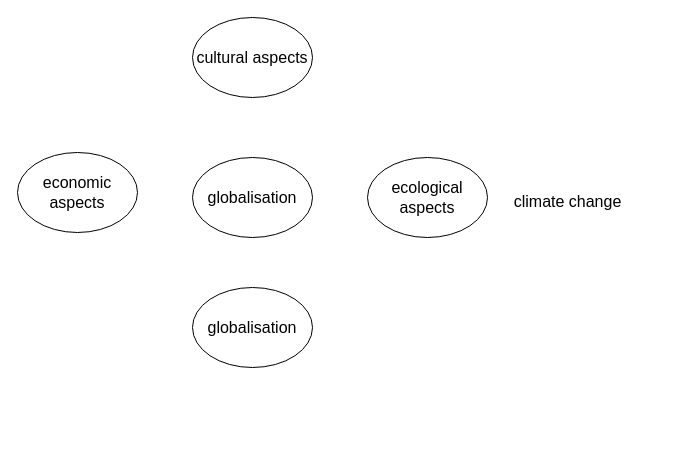
The draw.io diagram _Sonstige_/Diagramme/XML/Mind map Globalisation.drawio in Maxbleibtgeheim/WBS-Norderstedt, before the edit. Source tidied: cells renumbered, new cells numbered last; positions are measured from the earlier drawing's top-left corner, leaving out a move shared by most shapes. Both pictures are drawn from the tidied source at 100%, with x=0, y=0 at pixel (17, 17).
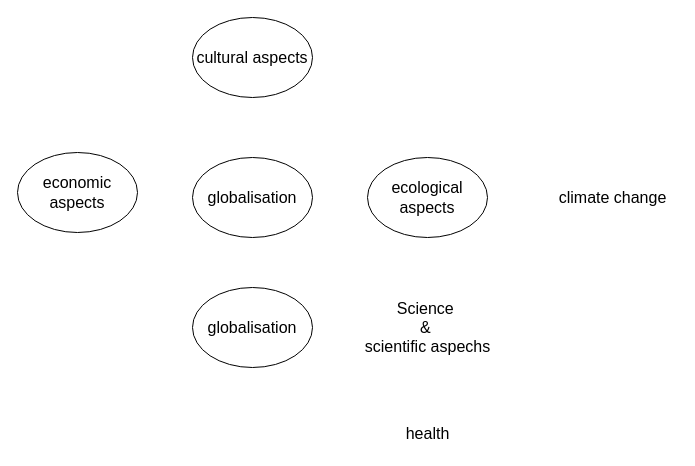
Above is the later version.

Change to the diagram source:
```diff
@@
 <mxGraphModel>
   <root>
     <mxCell id="0" />
     <mxCell id="1" parent="0" />
     <mxCell id="2" value="&lt;font style=&quot;font-size: 16px;&quot;&gt;globalisation&lt;/font&gt;" style="ellipse;whiteSpace=wrap;html=1;" parent="1" vertex="1">
       <mxGeometry x="175" y="140" width="120" height="80" as="geometry" />
     </mxCell>
     <mxCell id="3" value="&lt;font style=&quot;font-size: 16px;&quot;&gt;ecological aspects&lt;/font&gt;" style="ellipse;whiteSpace=wrap;html=1;" parent="1" vertex="1">
       <mxGeometry x="350" y="140" width="120" height="80" as="geometry" />
     </mxCell>
     <mxCell id="4" value="&lt;font style=&quot;font-size: 16px;&quot;&gt;economic aspects&lt;/font&gt;" style="ellipse;whiteSpace=wrap;html=1;" parent="1" vertex="1">
       <mxGeometry y="135" width="120" height="80" as="geometry" />
     </mxCell>
     <mxCell id="5" value="&lt;font style=&quot;font-size: 16px;&quot;&gt;cultural aspects&lt;/font&gt;" style="ellipse;whiteSpace=wrap;html=1;" parent="1" vertex="1">
       <mxGeometry x="175" width="120" height="80" as="geometry" />
     </mxCell>
     <mxCell id="6" value="&lt;font style=&quot;font-size: 16px;&quot;&gt;globalisation&lt;/font&gt;" style="ellipse;whiteSpace=wrap;html=1;" parent="1" vertex="1">
       <mxGeometry x="175" y="270" width="120" height="80" as="geometry" />
     </mxCell>
     <mxCell id="7" value="&lt;font style=&quot;font-size: 16px;&quot;&gt;climate change&lt;/font&gt;" style="text;html=1;align=center;verticalAlign=middle;strokeColor=none;fillColor=none;" parent="1" vertex="1">
-      <mxGeometry x="485" y="169" width="130" height="30" as="geometry" />
+      <mxGeometry x="530" y="165" width="130" height="30" as="geometry" />
     </mxCell>
+    <mxCell id="8" value="&lt;div&gt;&lt;span style=&quot;font-size: 16px;&quot;&gt;Science&amp;nbsp;&lt;/span&gt;&lt;/div&gt;&lt;div&gt;&lt;span style=&quot;font-size: 16px;&quot;&gt;&amp;amp;&amp;nbsp;&lt;/span&gt;&lt;/div&gt;&lt;div&gt;&lt;span style=&quot;font-size: 16px;&quot;&gt;scientific aspechs&lt;/span&gt;&lt;/div&gt;" style="text;html=1;align=center;verticalAlign=middle;strokeColor=none;fillColor=none;" parent="1" vertex="1">
+      <mxGeometry x="335" y="275" width="150" height="70" as="geometry" />
+    </mxCell>
+    <mxCell id="9" value="&lt;span style=&quot;font-size: 16px;&quot;&gt;health&lt;/span&gt;" style="text;html=1;align=center;verticalAlign=middle;strokeColor=none;fillColor=none;" parent="1" vertex="1">
+      <mxGeometry x="375" y="401" width="70" height="30" as="geometry" />
+    </mxCell>
   </root>
 </mxGraphModel>
```
